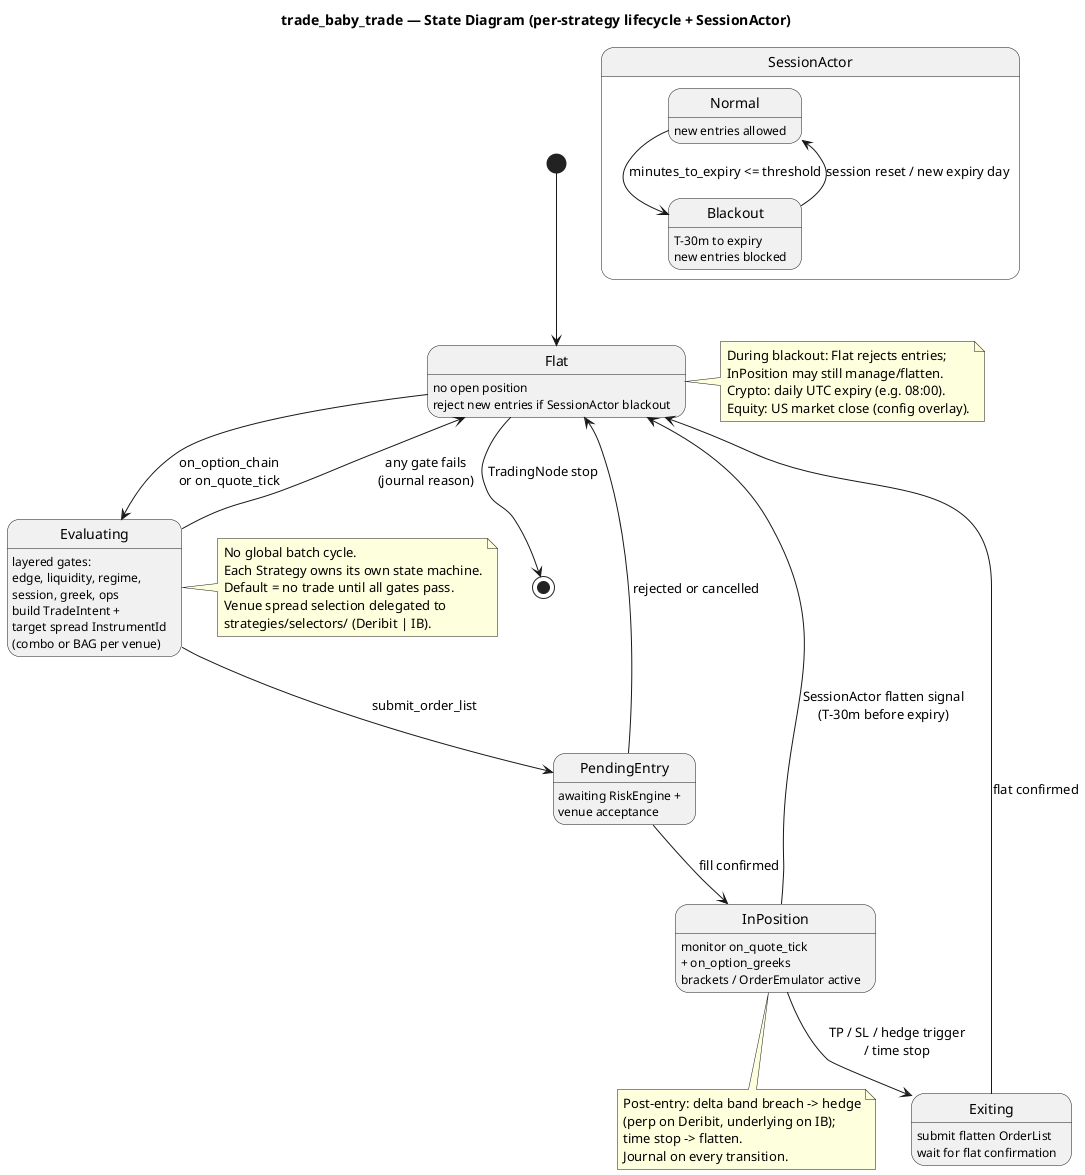
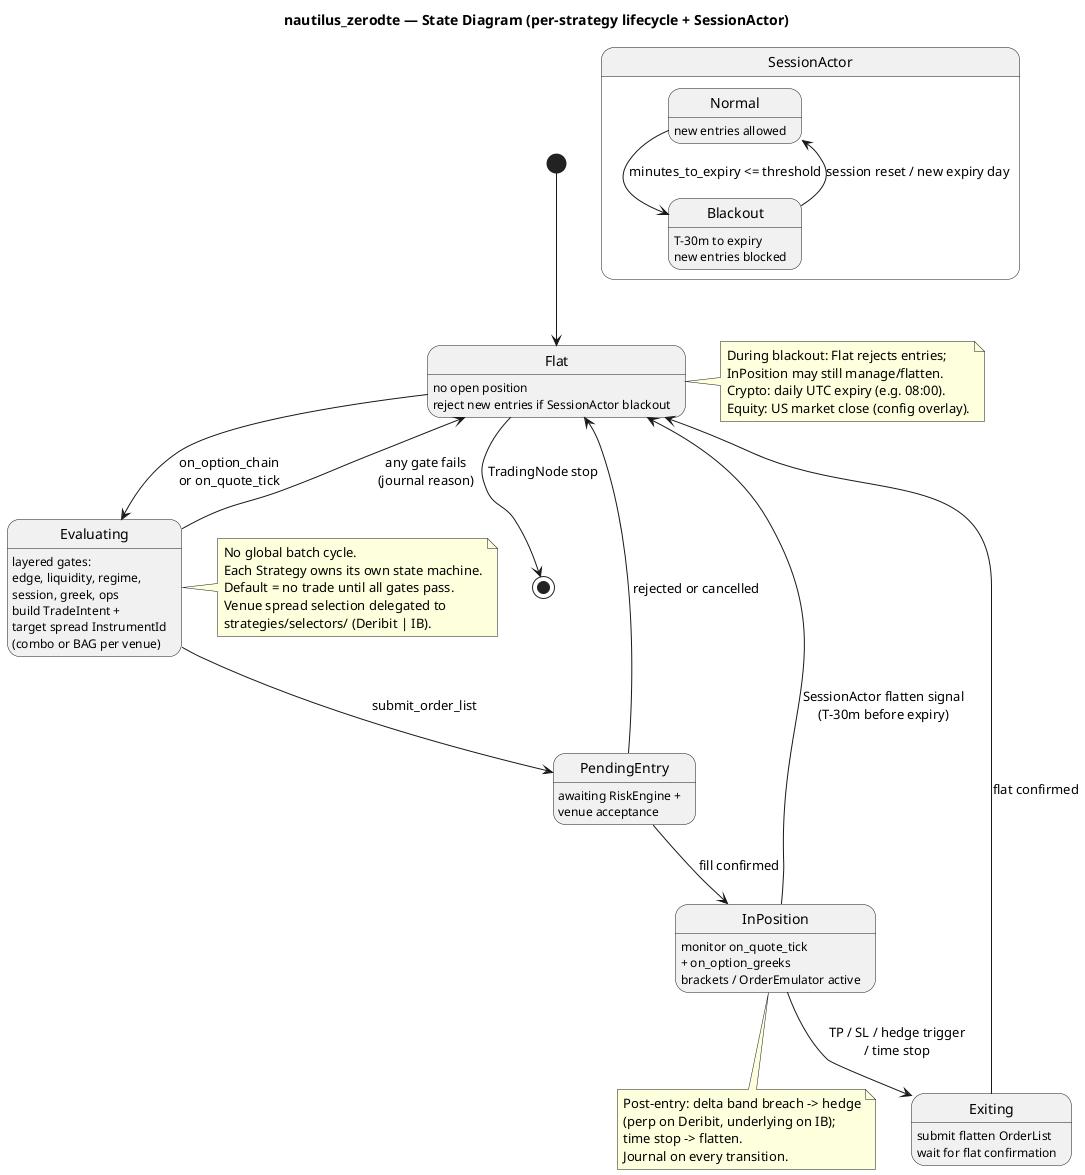
@startuml state-diagram
- title trade_baby_trade — State Diagram (per-strategy lifecycle + SessionActor)
+ title nautilus_zerodte — State Diagram (per-strategy lifecycle + SessionActor)

[*] --> Flat

state Flat {
  Flat : no open position
  Flat : reject new entries if SessionActor blackout
}

Flat --> Evaluating : on_option_chain\nor on_quote_tick

state Evaluating {
  Evaluating : layered gates:\nedge, liquidity, regime,\nsession, greek, ops
  Evaluating : build TradeIntent +\ntarget spread InstrumentId\n(combo or BAG per venue)
}

Evaluating --> Flat : any gate fails\n(journal reason)
Evaluating --> PendingEntry : submit_order_list

state PendingEntry {
  PendingEntry : awaiting RiskEngine +\nvenue acceptance
}

PendingEntry --> Flat : rejected or cancelled
PendingEntry --> InPosition : fill confirmed

state InPosition {
  InPosition : monitor on_quote_tick\n+ on_option_greeks
  InPosition : brackets / OrderEmulator active
}

InPosition --> Exiting : TP / SL / hedge trigger\n/ time stop
InPosition --> Flat : SessionActor flatten signal\n(T-30m before expiry)

state Exiting {
  Exiting : submit flatten OrderList
  Exiting : wait for flat confirmation
}

Exiting --> Flat : flat confirmed

Flat --> [*] : TradingNode stop

' SessionActor interaction (cross-cutting)
state "SessionActor" as SA {
  state "Normal" as SAN
  state "Blackout" as SAB
  SAN : new entries allowed
  SAB : T-30m to expiry\nnew entries blocked
  SAN --> SAB : minutes_to_expiry <= threshold
  SAB --> SAN : session reset / new expiry day
}

note right of Flat
  During blackout: Flat rejects entries;
  InPosition may still manage/flatten.
  Crypto: daily UTC expiry (e.g. 08:00).
  Equity: US market close (config overlay).
end note

note right of Evaluating
  No global batch cycle.
  Each Strategy owns its own state machine.
  Default = no trade until all gates pass.
  Venue spread selection delegated to
  strategies/selectors/ (Deribit | IB).
end note

note bottom of InPosition
  Post-entry: delta band breach -> hedge
  (perp on Deribit, underlying on IB);
  time stop -> flatten.
  Journal on every transition.
end note
@enduml
